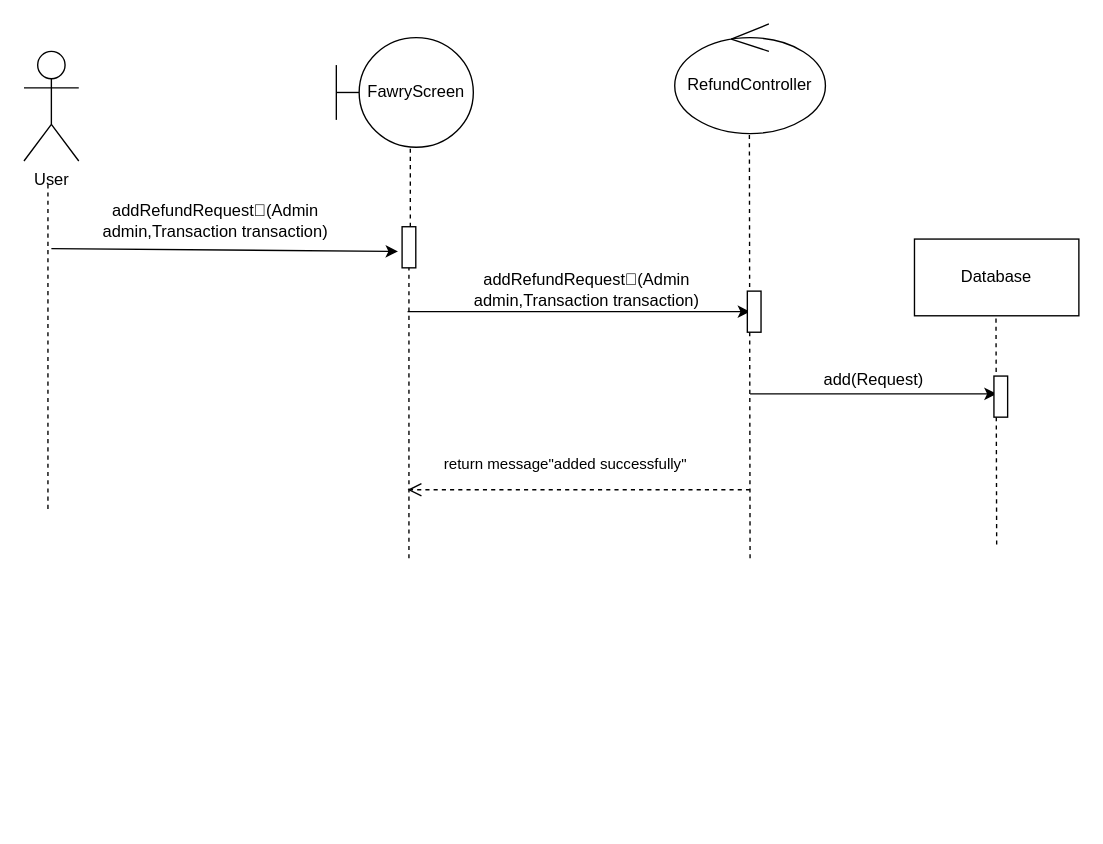
This is Design System/SendRefund-RequestSequenceDiagram.drawio from hazemadelkhalel/Fawry-System, a draw.io file, before an edit. Source tidied: cells renumbered, new cells numbered last; positions are measured from the earlier drawing's top-left corner, leaving out a move shared by most shapes. Both pictures are drawn from the tidied source at 137%, with x=0, y=0 at pixel (23, 23).
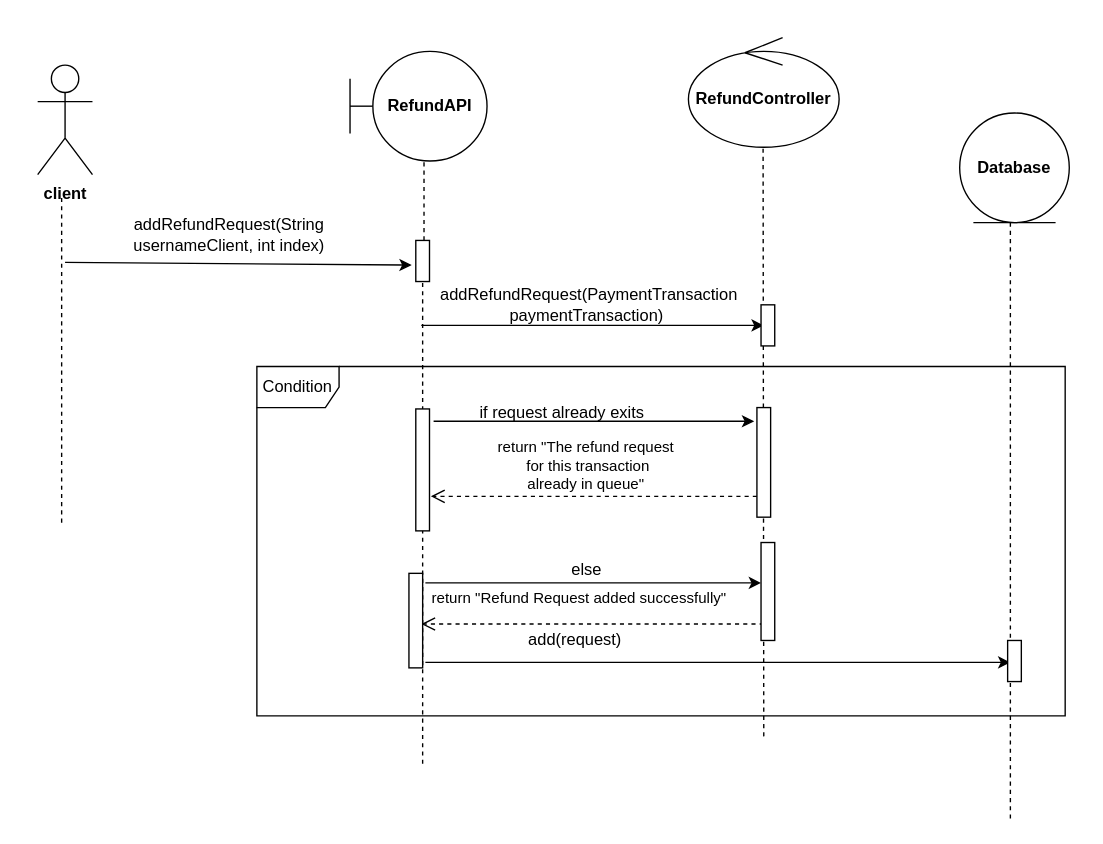
The same diagram, later.

Commit message:
Updated sendRefund-Request Sequence Diagram

Diff of the diagram source:
```diff
@@
-    <mxCell id="2" value="User" style="shape=umlActor;verticalLabelPosition=bottom;verticalAlign=top;html=1;" parent="1" vertex="1">
-      <mxGeometry y="20" width="40" height="80" as="geometry" />
-    </mxCell>
-    <mxCell id="3" style="endArrow=classic;html=1;rounded=0;entryX=-0.3;entryY=0.6;entryDx=0;entryDy=0;entryPerimeter=0;" parent="1" edge="1" target="12">
-      <mxGeometry relative="1" as="geometry">
-        <mxPoint x="20" y="164" as="sourcePoint" />
-      </mxGeometry>
-    </mxCell>
-    <mxCell id="4" value="addRefundRequest(ِAdmin admin,Transaction transaction)" style="text;html=1;strokeColor=none;fillColor=none;align=center;verticalAlign=middle;whiteSpace=wrap;rounded=0;" parent="1" vertex="1">
-      <mxGeometry x="40" y="135" width="200" height="17" as="geometry" />
-    </mxCell>
-    <mxCell id="5" style="endArrow=classic;html=1;rounded=0;" parent="1" edge="1">
-      <mxGeometry relative="1" as="geometry">
-        <mxPoint x="280" y="210" as="sourcePoint" />
-        <mxPoint x="530" y="210" as="targetPoint" />
-      </mxGeometry>
-    </mxCell>
-    <mxCell id="6" value="addRefundRequest(ِAdmin admin,Transaction transaction)" style="text;html=1;strokeColor=none;fillColor=none;align=center;verticalAlign=middle;whiteSpace=wrap;rounded=0;" parent="1" vertex="1">
-      <mxGeometry x="311" y="185" width="200" height="17" as="geometry" />
-    </mxCell>
-    <mxCell id="7" value="return message&quot;added successfully&quot;" style="html=1;verticalAlign=bottom;endArrow=open;dashed=1;endSize=8;rounded=0;startArrow=none;" parent="1" edge="1">
-      <mxGeometry x="0.08" y="-10" relative="1" as="geometry">
-        <mxPoint x="530" y="340" as="sourcePoint" />
-        <mxPoint x="280" y="340" as="targetPoint" />
-      </mxGeometry>
-    </mxCell>
-    <mxCell id="8" value="FawryScreen" style="shape=umlBoundary;whiteSpace=wrap;html=1;" parent="1" vertex="1">
-      <mxGeometry x="228" y="10" width="100" height="80" as="geometry" />
-    </mxCell>
+    <mxCell id="21" value="&lt;b&gt;client&lt;/b&gt;" style="shape=umlActor;verticalLabelPosition=bottom;verticalAlign=top;html=1;" parent="1" vertex="1">
+      <mxGeometry x="10" y="30" width="40" height="80" as="geometry" />
+    </mxCell>
+    <mxCell id="22" style="endArrow=classic;html=1;rounded=0;entryX=-0.3;entryY=0.6;entryDx=0;entryDy=0;entryPerimeter=0;" parent="1" edge="1" target="30">
+      <mxGeometry relative="1" as="geometry">
+        <mxPoint x="30" y="174" as="sourcePoint" />
+      </mxGeometry>
+    </mxCell>
+    <mxCell id="23" value="addRefundRequest(String usernameClient, int index)" style="text;html=1;strokeColor=none;fillColor=none;align=center;verticalAlign=middle;whiteSpace=wrap;rounded=0;" parent="1" vertex="1">
+      <mxGeometry x="50" y="145" width="200" height="17" as="geometry" />
+    </mxCell>
+    <mxCell id="24" style="endArrow=classic;html=1;rounded=0;" parent="1" edge="1">
+      <mxGeometry relative="1" as="geometry">
+        <mxPoint x="290" y="220" as="sourcePoint" />
+        <mxPoint x="540" y="220" as="targetPoint" />
+      </mxGeometry>
+    </mxCell>
+    <mxCell id="25" value="&amp;nbsp;addRefundRequest(PaymentTransaction paymentTransaction)" style="text;html=1;strokeColor=none;fillColor=none;align=center;verticalAlign=middle;whiteSpace=wrap;rounded=0;" parent="1" vertex="1">
+      <mxGeometry x="311" y="196" width="200" height="17" as="geometry" />
+    </mxCell>
+    <mxCell id="26" value="return &quot;Refund Request added successfully&quot;" style="html=1;verticalAlign=bottom;endArrow=open;dashed=1;endSize=8;rounded=0;startArrow=none;" parent="1" edge="1">
+      <mxGeometry x="0.08" y="-10" relative="1" as="geometry">
+        <mxPoint x="540" y="438" as="sourcePoint" />
+        <mxPoint x="290" y="438" as="targetPoint" />
+      </mxGeometry>
+    </mxCell>
+    <mxCell id="27" value="&lt;b&gt;RefundAPI&lt;/b&gt;" style="shape=umlBoundary;whiteSpace=wrap;html=1;" parent="1" vertex="1">
+      <mxGeometry x="238" y="20" width="100" height="80" as="geometry" />
+    </mxCell>
-    <mxCell id="9" value="RefundController" style="ellipse;shape=umlControl;whiteSpace=wrap;html=1;" parent="1" vertex="1">
-      <mxGeometry x="475" width="110" height="80" as="geometry" />
+    <mxCell id="9" value="&lt;b&gt;RefundController&lt;/b&gt;" style="ellipse;shape=umlControl;whiteSpace=wrap;html=1;" parent="1" vertex="1">
+      <mxGeometry x="485" y="10" width="110" height="80" as="geometry" />
     </mxCell>
-    <mxCell id="10" style="endArrow=none;dashed=1;html=1;rounded=0;entryX=0.5;entryY=1;entryDx=0;entryDy=0;" parent="1" edge="1">
-      <mxGeometry relative="1" as="geometry">
-        <mxPoint x="17.5" y="354" as="sourcePoint" />
-        <mxPoint x="17.5" y="114" as="targetPoint" />
-      </mxGeometry>
-    </mxCell>
-    <mxCell id="11" style="endArrow=none;dashed=1;html=1;rounded=0;entryX=0.5;entryY=1;entryDx=0;entryDy=0;startArrow=none;" parent="1" edge="1" source="12">
-      <mxGeometry relative="1" as="geometry">
-        <mxPoint x="282" y="90" as="targetPoint" />
-      </mxGeometry>
-    </mxCell>
-    <mxCell id="12" style="html=1;points=[];perimeter=orthogonalPerimeter;" parent="1" vertex="1">
-      <mxGeometry x="276" y="148" width="10" height="30" as="geometry" />
-    </mxCell>
-    <mxCell id="13" style="endArrow=none;dashed=1;html=1;rounded=0;entryX=0.5;entryY=1;entryDx=0;entryDy=0;" parent="1" edge="1" target="12">
-      <mxGeometry relative="1" as="geometry">
-        <mxPoint x="281" y="390" as="sourcePoint" />
-      </mxGeometry>
-    </mxCell>
-    <mxCell id="14" style="endArrow=none;dashed=1;html=1;rounded=0;entryX=0.5;entryY=1;entryDx=0;entryDy=0;" parent="1" edge="1">
-      <mxGeometry relative="1" as="geometry">
-        <mxPoint x="530" y="390" as="sourcePoint" />
-        <mxPoint x="529.5" y="80" as="targetPoint" />
-      </mxGeometry>
-    </mxCell>
+    <mxCell id="28" style="endArrow=none;dashed=1;html=1;rounded=0;entryX=0.5;entryY=1;entryDx=0;entryDy=0;" parent="1" edge="1">
+      <mxGeometry relative="1" as="geometry">
+        <mxPoint x="27.5" y="364" as="sourcePoint" />
+        <mxPoint x="27.5" y="124" as="targetPoint" />
+      </mxGeometry>
+    </mxCell>
+    <mxCell id="29" style="endArrow=none;dashed=1;html=1;rounded=0;entryX=0.5;entryY=1;entryDx=0;entryDy=0;startArrow=none;" parent="1" edge="1" source="30">
+      <mxGeometry relative="1" as="geometry">
+        <mxPoint x="292" y="100" as="targetPoint" />
+      </mxGeometry>
+    </mxCell>
+    <mxCell id="30" style="html=1;points=[];perimeter=orthogonalPerimeter;" parent="1" vertex="1">
+      <mxGeometry x="286" y="158" width="10" height="30" as="geometry" />
+    </mxCell>
+    <mxCell id="31" style="endArrow=none;dashed=1;html=1;rounded=0;entryX=0.5;entryY=1;entryDx=0;entryDy=0;" parent="1" edge="1" target="30">
+      <mxGeometry relative="1" as="geometry">
+        <mxPoint x="291" y="540" as="sourcePoint" />
+      </mxGeometry>
+    </mxCell>
+    <mxCell id="32" style="endArrow=none;dashed=1;html=1;rounded=0;entryX=0.5;entryY=1;entryDx=0;entryDy=0;" parent="1" edge="1">
+      <mxGeometry relative="1" as="geometry">
+        <mxPoint x="540" y="520" as="sourcePoint" />
+        <mxPoint x="539.5" y="90" as="targetPoint" />
+      </mxGeometry>
+    </mxCell>
+    <mxCell id="33" style="endArrow=none;dashed=1;html=1;rounded=0;" parent="1" edge="1">
+      <mxGeometry relative="1" as="geometry">
+        <mxPoint x="720" y="580" as="sourcePoint" />
+        <mxPoint x="720" y="145" as="targetPoint" />
+      </mxGeometry>
+    </mxCell>
+    <mxCell id="34" style="endArrow=classic;html=1;rounded=0;" parent="1" edge="1">
+      <mxGeometry relative="1" as="geometry">
+        <mxPoint x="293" y="466" as="sourcePoint" />
+        <mxPoint x="720" y="466" as="targetPoint" />
+      </mxGeometry>
+    </mxCell>
+    <mxCell id="35" value="add(request)" style="text;html=1;align=center;verticalAlign=middle;strokeColor=none;fillColor=none;" parent="1" vertex="1">
+      <mxGeometry x="362" y="440" width="80" height="20" as="geometry" />
+    </mxCell>
+    <mxCell id="36" style="html=1;perimeter=orthogonalPerimeter;" parent="1" vertex="1">
+      <mxGeometry x="538" y="205" width="10" height="30" as="geometry" />
+    </mxCell>
-    <mxCell id="15" value="Database" style="rounded=0;whiteSpace=wrap;html=1;" parent="1" vertex="1">
-      <mxGeometry x="650" y="157" width="120" height="56" as="geometry" />
+    <mxCell id="15" value="&lt;b&gt;Database&lt;/b&gt;" style="ellipse;shape=umlEntity;whiteSpace=wrap;html=1;" parent="1" vertex="1">
+      <mxGeometry x="683" y="65" width="80" height="80" as="geometry" />
     </mxCell>
-    <mxCell id="16" style="endArrow=none;dashed=1;html=1;rounded=0;entryX=0.5;entryY=1;entryDx=0;entryDy=0;" parent="1" edge="1">
-      <mxGeometry relative="1" as="geometry">
-        <mxPoint x="710" y="380" as="sourcePoint" />
-        <mxPoint x="709.5" y="213" as="targetPoint" />
-      </mxGeometry>
-    </mxCell>
-    <mxCell id="17" style="endArrow=classic;html=1;rounded=0;" parent="1" edge="1">
-      <mxGeometry relative="1" as="geometry">
-        <mxPoint x="530" y="270" as="sourcePoint" />
-        <mxPoint x="710" y="270" as="targetPoint" />
-      </mxGeometry>
-    </mxCell>
-    <mxCell id="18" value="add(Request)" style="text;html=1;align=center;verticalAlign=middle;strokeColor=none;fillColor=none;" parent="1" vertex="1">
-      <mxGeometry x="575" y="250" width="90" height="20" as="geometry" />
-    </mxCell>
-    <mxCell id="19" style="html=1;perimeter=orthogonalPerimeter;" parent="1" vertex="1">
-      <mxGeometry x="528" y="195" width="10" height="30" as="geometry" />
-    </mxCell>
-    <mxCell id="20" style="html=1;perimeter=orthogonalPerimeter;" parent="1" vertex="1">
-      <mxGeometry x="708" y="257" width="10" height="30" as="geometry" />
-    </mxCell>
+    <mxCell id="37" value="Condition" style="shape=umlFrame;whiteSpace=wrap;html=1;" parent="1" vertex="1">
+      <mxGeometry x="170" y="250" width="590" height="255" as="geometry" />
+    </mxCell>
+    <mxCell id="38" style="endArrow=classic;html=1;rounded=0;" parent="1" edge="1">
+      <mxGeometry relative="1" as="geometry">
+        <mxPoint x="299" y="290" as="sourcePoint" />
+        <mxPoint x="533" y="290" as="targetPoint" />
+      </mxGeometry>
+    </mxCell>
+    <mxCell id="39" value="if request already exits" style="text;html=1;strokeColor=none;fillColor=none;align=center;verticalAlign=middle;whiteSpace=wrap;rounded=0;" parent="1" vertex="1">
+      <mxGeometry x="293" y="275" width="200" height="17" as="geometry" />
+    </mxCell>
+    <mxCell id="40" value="return &quot;The refund request&lt;br&gt;&amp;nbsp;for this transaction&lt;br&gt;already in queue&quot;" style="html=1;verticalAlign=bottom;endArrow=open;dashed=1;endSize=8;rounded=0;startArrow=none;entryX=1.1;entryY=0.717;entryDx=0;entryDy=0;entryPerimeter=0;" parent="1" edge="1" source="43" target="44">
+      <mxGeometry x="0.05" relative="1" as="geometry" />
+    </mxCell>
+    <mxCell id="41" style="endArrow=classic;html=1;rounded=0;exitX=0.125;exitY=1.118;exitDx=0;exitDy=0;exitPerimeter=0;" parent="1" edge="1" target="45">
+      <mxGeometry relative="1" as="geometry">
+        <mxPoint x="293" y="408" as="sourcePoint" />
+      </mxGeometry>
+    </mxCell>
+    <mxCell id="42" value="else" style="text;html=1;strokeColor=none;fillColor=none;align=center;verticalAlign=middle;whiteSpace=wrap;rounded=0;" parent="1" vertex="1">
+      <mxGeometry x="311" y="390" width="200" height="17" as="geometry" />
+    </mxCell>
+    <mxCell id="43" style="html=1;points=[];perimeter=orthogonalPerimeter;" parent="1" vertex="1">
+      <mxGeometry x="535" y="280" width="10" height="80" as="geometry" />
+    </mxCell>
+    <mxCell id="44" style="html=1;points=[];perimeter=orthogonalPerimeter;" parent="1" vertex="1">
+      <mxGeometry x="286" y="281" width="10" height="89" as="geometry" />
+    </mxCell>
+    <mxCell id="45" style="html=1;points=[];perimeter=orthogonalPerimeter;" parent="1" vertex="1">
+      <mxGeometry x="538" y="378.5" width="10" height="71.5" as="geometry" />
+    </mxCell>
+    <mxCell id="46" style="html=1;perimeter=orthogonalPerimeter;" parent="1" vertex="1">
+      <mxGeometry x="718" y="450" width="10" height="30" as="geometry" />
+    </mxCell>
+    <mxCell id="47" style="html=1;perimeter=orthogonalPerimeter;" parent="1" vertex="1">
+      <mxGeometry x="281" y="401" width="10" height="69" as="geometry" />
+    </mxCell>
```
